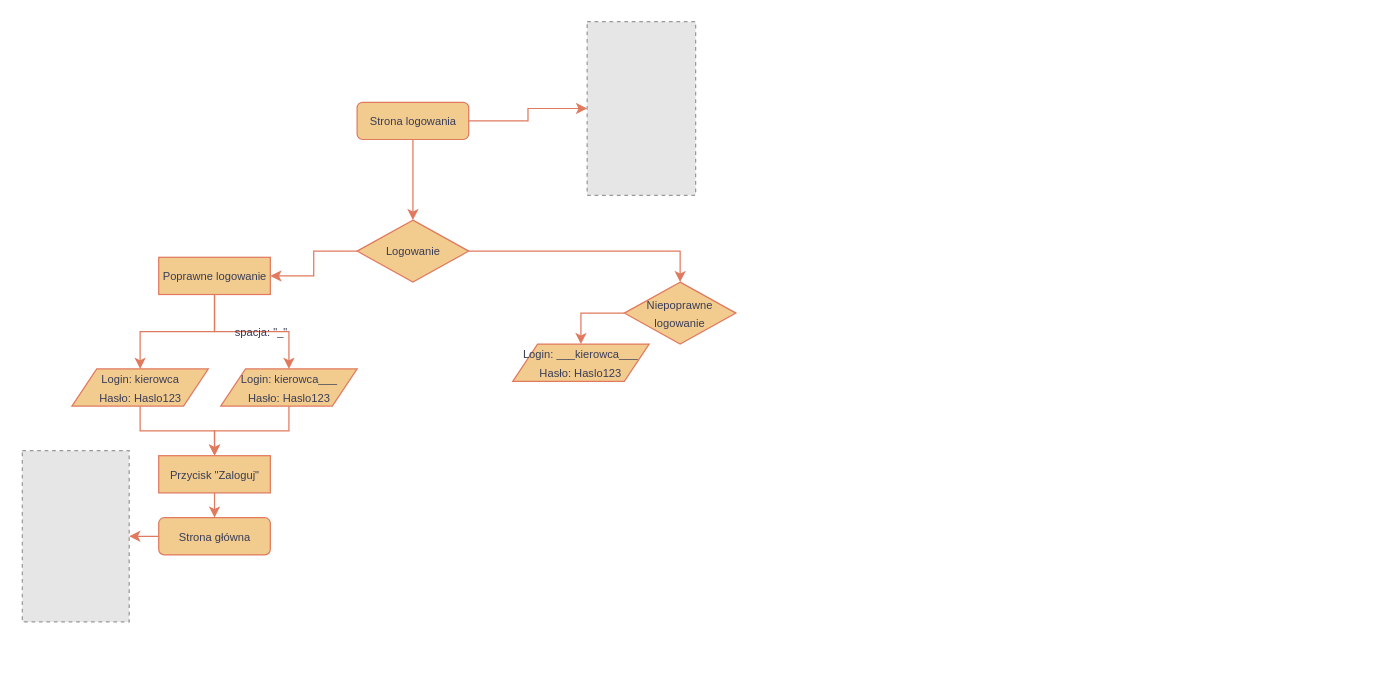
IvanykTaras/Decision_FlowChart_Asystent_Enterprise keeps this draw.io diagram as Strona Logowania.drawio. Above is the earlier version. Source tidied: cells renumbered, new cells numbered last; positions are measured from the earlier drawing's top-left corner, leaving out a move shared by most shapes. Both pictures are drawn from the tidied source at 124%, with x=0, y=0 at pixel (21, 21). Pictures stored in the file or linked from it are replaced by grey dashed boxes.
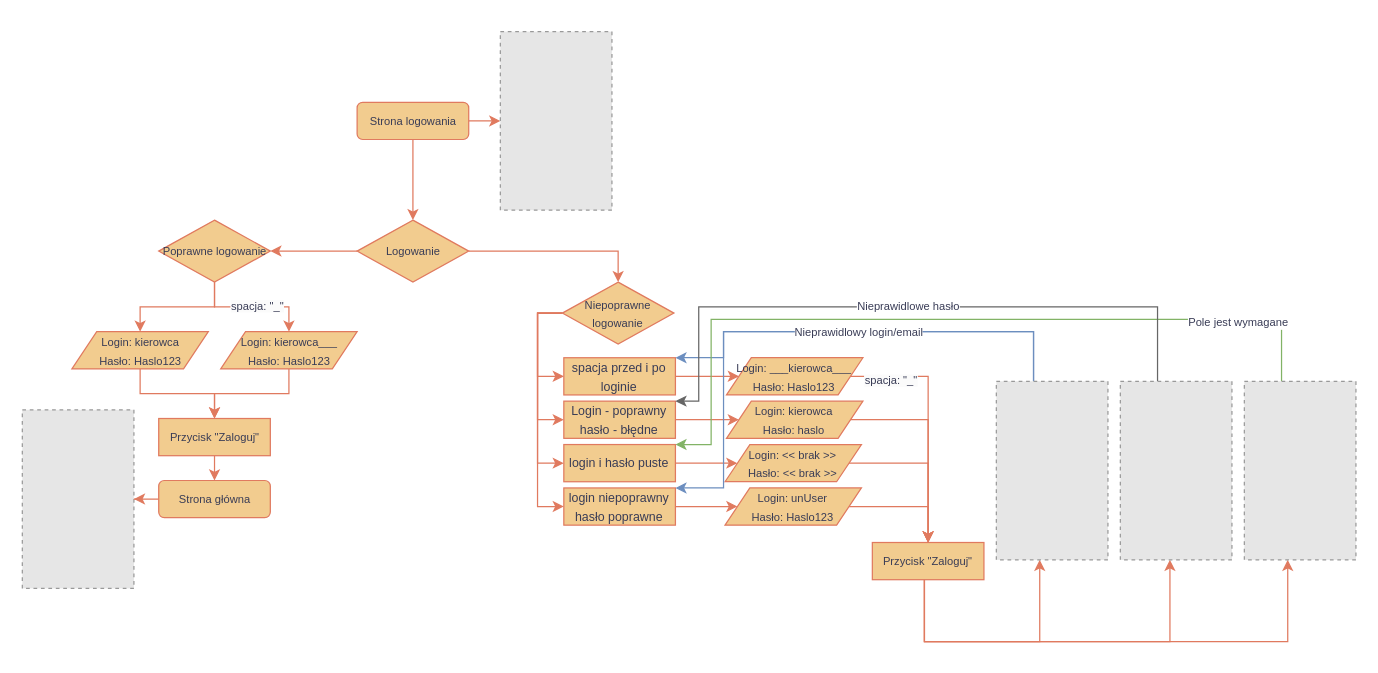
Above is the later version.

Commit message:
Niepoprawne logowanie zrobione

What changed in the source:
```diff
@@
     <mxCell id="4" style="fillColor=#E6E6E6;strokeColor=#999999;dashed=1;verticalLabelPosition=bottom;verticalAlign=top;labelBackgroundColor=none;fontColor=#393C56;" parent="1" vertex="1">
-      <mxGeometry x="456" width="87.5" height="140" as="geometry" />
+      <mxGeometry x="386" y="8" width="90" height="144" as="geometry" />
     </mxCell>
@@
     <mxCell id="7" style="fillColor=#E6E6E6;strokeColor=#999999;dashed=1;verticalLabelPosition=bottom;verticalAlign=top;labelBackgroundColor=none;fontColor=#393C56;" parent="1" vertex="1">
-      <mxGeometry x="0.5" y="346" width="86.2" height="138" as="geometry" />
+      <mxGeometry x="0.5" y="313" width="90" height="144" as="geometry" />
     </mxCell>
@@
     <mxCell id="9" value="&lt;font style=&quot;font-size: 9px;&quot;&gt;Login: kierowca&lt;/font&gt;&lt;div&gt;&lt;font style=&quot;font-size: 9px;&quot;&gt;Hasło: Haslo123&lt;/font&gt;&lt;/div&gt;" style="shape=parallelogram;perimeter=parallelogramPerimeter;whiteSpace=wrap;html=1;fixedSize=1;labelBackgroundColor=none;fillColor=#F2CC8F;strokeColor=#E07A5F;fontColor=#393C56;" parent="1" vertex="1">
-      <mxGeometry x="40.5" y="280" width="110" height="30" as="geometry" />
+      <mxGeometry x="40.5" y="250" width="110" height="30" as="geometry" />
     </mxCell>
@@
     <mxCell id="12" value="&lt;span style=&quot;font-size: 9px;&quot;&gt;Strona główna&lt;/span&gt;" style="rounded=1;whiteSpace=wrap;html=1;labelBackgroundColor=none;fillColor=#F2CC8F;strokeColor=#E07A5F;fontColor=#393C56;" parent="1" vertex="1">
-      <mxGeometry x="110.5" y="400" width="90" height="30" as="geometry" />
+      <mxGeometry x="110.5" y="370" width="90" height="30" as="geometry" />
     </mxCell>
-    <mxCell id="13" style="edgeStyle=orthogonalEdgeStyle;rounded=0;jettySize=auto;html=1;labelBackgroundColor=none;strokeColor=#E07A5F;fontColor=default;" parent="1" edge="1" source="16" target="9">
+    <mxCell id="13" style="edgeStyle=orthogonalEdgeStyle;rounded=0;jettySize=auto;html=1;labelBackgroundColor=none;strokeColor=#E07A5F;fontColor=default;exitX=0.5;exitY=1;exitDx=0;exitDy=0;" parent="1" edge="1" source="16" target="9">
       <mxGeometry relative="1" as="geometry" />
     </mxCell>
-    <mxCell id="14" style="edgeStyle=orthogonalEdgeStyle;rounded=0;jettySize=auto;html=1;labelBackgroundColor=none;strokeColor=#E07A5F;fontColor=default;" parent="1" edge="1" source="16" target="20">
+    <mxCell id="14" style="edgeStyle=orthogonalEdgeStyle;rounded=0;jettySize=auto;html=1;labelBackgroundColor=none;strokeColor=#E07A5F;fontColor=default;exitX=0.5;exitY=1;exitDx=0;exitDy=0;" parent="1" edge="1" source="16" target="20">
       <mxGeometry relative="1" as="geometry" />
     </mxCell>
-    <mxCell id="15" value="&lt;font style=&quot;font-size: 9px;&quot;&gt;spacja: &quot;_&quot;&lt;/font&gt;" style="edgeLabel;html=1;align=center;verticalAlign=middle;labelBackgroundColor=none;fontColor=#393C56;" parent="14" vertex="1">
-      <mxGeometry x="0.12" y="1" relative="1" as="geometry" />
-    </mxCell>
-    <mxCell id="16" value="&lt;font style=&quot;font-size: 9px;&quot;&gt;Poprawne logowanie&lt;/font&gt;" style="rounded=0;whiteSpace=wrap;html=1;labelBackgroundColor=none;fillColor=#F2CC8F;strokeColor=#E07A5F;fontColor=#393C56;" parent="1" vertex="1">
-      <mxGeometry x="110.5" y="190" width="90" height="30" as="geometry" />
-    </mxCell>
+    <mxCell id="25" value="&lt;span style=&quot;font-size: 9px; background-color: rgb(251, 251, 251);&quot;&gt;spacja: &quot;_&quot;&lt;/span&gt;" style="edgeLabel;html=1;align=center;verticalAlign=middle;strokeColor=#E07A5F;fontColor=#393C56;fillColor=#F2CC8F;" parent="14" vertex="1">
+      <mxGeometry x="0.08" y="2" relative="1" as="geometry" />
+    </mxCell>
@@
-    <mxCell id="18" style="edgeStyle=orthogonalEdgeStyle;rounded=0;jettySize=auto;html=1;exitX=0;exitY=0.5;exitDx=0;exitDy=0;entryX=0.5;entryY=0;entryDx=0;entryDy=0;strokeColor=#E07A5F;fontColor=#393C56;fillColor=#F2CC8F;" parent="1" edge="1" source="19" target="24">
-      <mxGeometry relative="1" as="geometry" />
-    </mxCell>
+    <mxCell id="26" style="edgeStyle=orthogonalEdgeStyle;rounded=0;jettySize=auto;html=1;exitX=0;exitY=0.5;exitDx=0;exitDy=0;entryX=0;entryY=0.5;entryDx=0;entryDy=0;strokeColor=#E07A5F;fontColor=#393C56;fillColor=#F2CC8F;" parent="1" edge="1" source="19" target="39">
+      <mxGeometry relative="1" as="geometry" />
+    </mxCell>
+    <mxCell id="27" style="edgeStyle=orthogonalEdgeStyle;rounded=0;jettySize=auto;html=1;exitX=0;exitY=0.5;exitDx=0;exitDy=0;entryX=0;entryY=0.5;entryDx=0;entryDy=0;strokeColor=#E07A5F;fontColor=#393C56;fillColor=#F2CC8F;" parent="1" edge="1" source="19" target="41">
+      <mxGeometry relative="1" as="geometry" />
+    </mxCell>
+    <mxCell id="28" style="edgeStyle=orthogonalEdgeStyle;rounded=0;jettySize=auto;html=1;exitX=0;exitY=0.5;exitDx=0;exitDy=0;entryX=0;entryY=0.5;entryDx=0;entryDy=0;strokeColor=#E07A5F;fontColor=#393C56;fillColor=#F2CC8F;" parent="1" edge="1" source="19" target="43">
+      <mxGeometry relative="1" as="geometry" />
+    </mxCell>
+    <mxCell id="29" style="edgeStyle=orthogonalEdgeStyle;rounded=0;jettySize=auto;html=1;exitX=0;exitY=0.5;exitDx=0;exitDy=0;entryX=0;entryY=0.5;entryDx=0;entryDy=0;strokeColor=#E07A5F;fontColor=#393C56;fillColor=#F2CC8F;" parent="1" edge="1" source="19" target="45">
+      <mxGeometry relative="1" as="geometry" />
+    </mxCell>
     <mxCell id="19" value="&lt;span style=&quot;font-size: 9px; text-wrap: nowrap;&quot;&gt;Niepoprawne&lt;/span&gt;&lt;br style=&quot;font-size: 9px; text-wrap: nowrap;&quot;&gt;&lt;span style=&quot;font-size: 9px; text-wrap: nowrap;&quot;&gt;logowanie&lt;/span&gt;" style="rhombus;whiteSpace=wrap;html=1;rounded=0;labelBackgroundColor=none;fillColor=#F2CC8F;strokeColor=#E07A5F;fontColor=#393C56;" parent="1" vertex="1">
-      <mxGeometry x="486" y="210" width="90" height="50" as="geometry" />
+      <mxGeometry x="436" y="210" width="90" height="50" as="geometry" />
     </mxCell>
     <mxCell id="20" value="&lt;font style=&quot;font-size: 9px;&quot;&gt;Login: kierowca___&lt;/font&gt;&lt;div&gt;&lt;font style=&quot;font-size: 9px;&quot;&gt;Hasło: Haslo123&lt;/font&gt;&lt;/div&gt;" style="shape=parallelogram;perimeter=parallelogramPerimeter;whiteSpace=wrap;html=1;fixedSize=1;labelBackgroundColor=none;fillColor=#F2CC8F;strokeColor=#E07A5F;fontColor=#393C56;" parent="1" vertex="1">
-      <mxGeometry x="160.5" y="280" width="110" height="30" as="geometry" />
+      <mxGeometry x="160.5" y="250" width="110" height="30" as="geometry" />
     </mxCell>
@@
     <mxCell id="23" value="&lt;span style=&quot;font-size: 9px;&quot;&gt;Przycisk &quot;Zaloguj&quot;&lt;/span&gt;" style="rounded=0;whiteSpace=wrap;html=1;labelBackgroundColor=none;fillColor=#F2CC8F;strokeColor=#E07A5F;fontColor=#393C56;" parent="1" vertex="1">
-      <mxGeometry x="110.5" y="350" width="90" height="30" as="geometry" />
+      <mxGeometry x="110.5" y="320" width="90" height="30" as="geometry" />
     </mxCell>
+    <mxCell id="30" style="edgeStyle=orthogonalEdgeStyle;rounded=0;jettySize=auto;html=1;exitX=1;exitY=0.5;exitDx=0;exitDy=0;strokeColor=#E07A5F;fontColor=#393C56;fillColor=#F2CC8F;" parent="1" edge="1" source="24" target="49">
+      <mxGeometry relative="1" as="geometry" />
+    </mxCell>
+    <mxCell id="31" value="&lt;span style=&quot;font-size: 9px; background-color: rgb(251, 251, 251);&quot;&gt;spacja: &quot;_&quot;&lt;/span&gt;" style="edgeLabel;html=1;align=center;verticalAlign=middle;strokeColor=#E07A5F;fontColor=#393C56;fillColor=#F2CC8F;" parent="30" vertex="1">
+      <mxGeometry x="-0.67" y="-2" relative="1" as="geometry" />
+    </mxCell>
     <mxCell id="24" value="&lt;font style=&quot;font-size: 9px;&quot;&gt;Login: ___kierowca___&lt;/font&gt;&lt;div&gt;&lt;font style=&quot;font-size: 9px;&quot;&gt;Hasło: Haslo123&lt;/font&gt;&lt;/div&gt;" style="shape=parallelogram;perimeter=parallelogramPerimeter;whiteSpace=wrap;html=1;fixedSize=1;labelBackgroundColor=none;fillColor=#F2CC8F;strokeColor=#E07A5F;fontColor=#393C56;" parent="1" vertex="1">
-      <mxGeometry x="396" y="260" width="110" height="30" as="geometry" />
+      <mxGeometry x="568.4" y="271" width="110" height="30" as="geometry" />
     </mxCell>
+    <mxCell id="32" style="edgeStyle=orthogonalEdgeStyle;rounded=0;jettySize=auto;html=1;exitX=1;exitY=0.5;exitDx=0;exitDy=0;strokeColor=#E07A5F;fontColor=#393C56;fillColor=#F2CC8F;" parent="1" edge="1" source="33" target="49">
+      <mxGeometry relative="1" as="geometry" />
+    </mxCell>
+    <mxCell id="33" value="&lt;font style=&quot;font-size: 9px;&quot;&gt;Login: kierowca&lt;/font&gt;&lt;div&gt;&lt;font style=&quot;font-size: 9px;&quot;&gt;Hasło: haslo&lt;/font&gt;&lt;/div&gt;" style="shape=parallelogram;perimeter=parallelogramPerimeter;whiteSpace=wrap;html=1;fixedSize=1;labelBackgroundColor=none;fillColor=#F2CC8F;strokeColor=#E07A5F;fontColor=#393C56;" parent="1" vertex="1">
+      <mxGeometry x="568.4" y="306" width="110" height="30" as="geometry" />
+    </mxCell>
+    <mxCell id="34" style="edgeStyle=orthogonalEdgeStyle;rounded=0;jettySize=auto;html=1;exitX=1;exitY=0.5;exitDx=0;exitDy=0;strokeColor=#E07A5F;fontColor=#393C56;fillColor=#F2CC8F;" parent="1" edge="1" source="35" target="49">
+      <mxGeometry relative="1" as="geometry" />
+    </mxCell>
+    <mxCell id="35" value="&lt;font style=&quot;font-size: 9px;&quot;&gt;Login: unUser&lt;/font&gt;&lt;div&gt;&lt;font style=&quot;font-size: 9px;&quot;&gt;Hasło: Haslo123&lt;/font&gt;&lt;/div&gt;" style="shape=parallelogram;perimeter=parallelogramPerimeter;whiteSpace=wrap;html=1;fixedSize=1;labelBackgroundColor=none;fillColor=#F2CC8F;strokeColor=#E07A5F;fontColor=#393C56;" parent="1" vertex="1">
+      <mxGeometry x="567.2" y="376" width="110" height="30" as="geometry" />
+    </mxCell>
+    <mxCell id="36" style="edgeStyle=orthogonalEdgeStyle;rounded=0;jettySize=auto;html=1;exitX=1;exitY=0.5;exitDx=0;exitDy=0;strokeColor=#E07A5F;fontColor=#393C56;fillColor=#F2CC8F;" parent="1" edge="1" source="37" target="49">
+      <mxGeometry relative="1" as="geometry" />
+    </mxCell>
+    <mxCell id="37" value="&lt;font style=&quot;font-size: 9px;&quot;&gt;Login: &amp;lt;&amp;lt; brak &amp;gt;&amp;gt;&lt;/font&gt;&lt;div&gt;&lt;font style=&quot;font-size: 9px;&quot;&gt;Hasło: &amp;lt;&amp;lt; brak &amp;gt;&amp;gt;&lt;/font&gt;&lt;/div&gt;" style="shape=parallelogram;perimeter=parallelogramPerimeter;whiteSpace=wrap;html=1;fixedSize=1;labelBackgroundColor=none;fillColor=#F2CC8F;strokeColor=#E07A5F;fontColor=#393C56;" parent="1" vertex="1">
+      <mxGeometry x="567.2" y="341" width="110" height="30" as="geometry" />
+    </mxCell>
+    <mxCell id="38" style="edgeStyle=orthogonalEdgeStyle;rounded=0;jettySize=auto;html=1;entryX=0;entryY=0.5;entryDx=0;entryDy=0;strokeColor=#E07A5F;fontColor=#393C56;fillColor=#F2CC8F;" parent="1" edge="1" source="39" target="24">
+      <mxGeometry relative="1" as="geometry" />
+    </mxCell>
+    <mxCell id="39" value="&lt;font size=&quot;1&quot;&gt;spacja przed i po loginie&lt;/font&gt;" style="rounded=0;whiteSpace=wrap;html=1;labelBackgroundColor=none;fillColor=#F2CC8F;strokeColor=#E07A5F;fontColor=#393C56;" parent="1" vertex="1">
+      <mxGeometry x="437.2" y="271" width="90" height="30" as="geometry" />
+    </mxCell>
+    <mxCell id="40" style="edgeStyle=orthogonalEdgeStyle;rounded=0;jettySize=auto;html=1;entryX=0;entryY=0.5;entryDx=0;entryDy=0;strokeColor=#E07A5F;fontColor=#393C56;fillColor=#F2CC8F;" parent="1" edge="1" source="41" target="33">
+      <mxGeometry relative="1" as="geometry" />
+    </mxCell>
+    <mxCell id="41" value="&lt;font size=&quot;1&quot;&gt;Login - poprawny&lt;br&gt;hasło - błędne&lt;/font&gt;" style="rounded=0;whiteSpace=wrap;html=1;labelBackgroundColor=none;fillColor=#F2CC8F;strokeColor=#E07A5F;fontColor=#393C56;" parent="1" vertex="1">
+      <mxGeometry x="437.2" y="306" width="90" height="30" as="geometry" />
+    </mxCell>
+    <mxCell id="42" style="edgeStyle=orthogonalEdgeStyle;rounded=0;jettySize=auto;html=1;exitX=1;exitY=0.5;exitDx=0;exitDy=0;entryX=0;entryY=0.5;entryDx=0;entryDy=0;strokeColor=#E07A5F;fontColor=#393C56;fillColor=#F2CC8F;" parent="1" edge="1" source="43" target="37">
+      <mxGeometry relative="1" as="geometry" />
+    </mxCell>
+    <mxCell id="43" value="&lt;font size=&quot;1&quot;&gt;login i hasło puste&lt;/font&gt;" style="rounded=0;whiteSpace=wrap;html=1;labelBackgroundColor=none;fillColor=#F2CC8F;strokeColor=#E07A5F;fontColor=#393C56;" parent="1" vertex="1">
+      <mxGeometry x="437.2" y="341" width="90" height="30" as="geometry" />
+    </mxCell>
+    <mxCell id="44" style="edgeStyle=orthogonalEdgeStyle;rounded=0;jettySize=auto;html=1;entryX=0;entryY=0.5;entryDx=0;entryDy=0;strokeColor=#E07A5F;fontColor=#393C56;fillColor=#F2CC8F;" parent="1" edge="1" source="45" target="35">
+      <mxGeometry relative="1" as="geometry" />
+    </mxCell>
+    <mxCell id="45" value="&lt;font size=&quot;1&quot;&gt;login niepoprawny&lt;/font&gt;&lt;div&gt;&lt;font size=&quot;1&quot;&gt;hasło poprawne&lt;/font&gt;&lt;/div&gt;" style="rounded=0;whiteSpace=wrap;html=1;labelBackgroundColor=none;fillColor=#F2CC8F;strokeColor=#E07A5F;fontColor=#393C56;" parent="1" vertex="1">
+      <mxGeometry x="437.2" y="376" width="90" height="30" as="geometry" />
+    </mxCell>
+    <mxCell id="46" style="edgeStyle=orthogonalEdgeStyle;rounded=0;jettySize=auto;html=1;strokeColor=#E07A5F;fontColor=#393C56;fillColor=#F2CC8F;" parent="1" edge="1" source="49" target="53">
+      <mxGeometry relative="1" as="geometry">
+        <Array as="points">
+          <mxPoint x="728" y="500" />
+          <mxPoint x="821" y="500" />
+        </Array>
+      </mxGeometry>
+    </mxCell>
+    <mxCell id="47" style="edgeStyle=orthogonalEdgeStyle;rounded=0;jettySize=auto;html=1;strokeColor=#E07A5F;fontColor=#393C56;fillColor=#F2CC8F;" parent="1" edge="1" source="49" target="59">
+      <mxGeometry relative="1" as="geometry">
+        <Array as="points">
+          <mxPoint x="728" y="500" />
+          <mxPoint x="926" y="500" />
+        </Array>
+      </mxGeometry>
+    </mxCell>
+    <mxCell id="48" style="edgeStyle=orthogonalEdgeStyle;rounded=0;jettySize=auto;html=1;strokeColor=#E07A5F;fontColor=#393C56;fillColor=#F2CC8F;" parent="1" edge="1" source="49" target="56">
+      <mxGeometry relative="1" as="geometry">
+        <Array as="points">
+          <mxPoint x="728" y="500" />
+          <mxPoint x="1021" y="500" />
+        </Array>
+      </mxGeometry>
+    </mxCell>
+    <mxCell id="49" value="&lt;span style=&quot;font-size: 9px;&quot;&gt;Przycisk &quot;Zaloguj&quot;&lt;/span&gt;" style="rounded=0;whiteSpace=wrap;html=1;labelBackgroundColor=none;fillColor=#F2CC8F;strokeColor=#E07A5F;fontColor=#393C56;" parent="1" vertex="1">
+      <mxGeometry x="686" y="420" width="90" height="30" as="geometry" />
+    </mxCell>
+    <mxCell id="16" value="&lt;span style=&quot;font-size: 9px;&quot;&gt;Poprawne logowanie&lt;/span&gt;" style="rhombus;whiteSpace=wrap;html=1;rounded=0;labelBackgroundColor=none;fillColor=#F2CC8F;strokeColor=#E07A5F;fontColor=#393C56;" parent="1" vertex="1">
+      <mxGeometry x="110.5" y="160" width="90" height="50" as="geometry" />
+    </mxCell>
+    <mxCell id="50" style="edgeStyle=orthogonalEdgeStyle;rounded=0;jettySize=auto;html=1;entryX=1;entryY=0;entryDx=0;entryDy=0;strokeColor=#6c8ebf;fontColor=#393C56;fillColor=#dae8fc;" parent="1" edge="1" source="53" target="39">
+      <mxGeometry relative="1" as="geometry">
+        <Array as="points">
+          <mxPoint x="816" y="250" />
+          <mxPoint x="566" y="250" />
+          <mxPoint x="566" y="271" />
+        </Array>
+      </mxGeometry>
+    </mxCell>
+    <mxCell id="51" style="edgeStyle=orthogonalEdgeStyle;rounded=0;jettySize=auto;html=1;entryX=1;entryY=0;entryDx=0;entryDy=0;strokeColor=#6c8ebf;fontColor=#393C56;fillColor=#dae8fc;" parent="1" edge="1" source="53" target="45">
+      <mxGeometry relative="1" as="geometry">
+        <Array as="points">
+          <mxPoint x="816" y="250" />
+          <mxPoint x="566" y="250" />
+          <mxPoint x="566" y="376" />
+        </Array>
+      </mxGeometry>
+    </mxCell>
+    <mxCell id="52" value="&lt;font style=&quot;font-size: 9px;&quot;&gt;Nieprawidlowy login/email&lt;/font&gt;" style="edgeLabel;html=1;align=center;verticalAlign=middle;strokeColor=#E07A5F;fontColor=#393C56;fillColor=#F2CC8F;" parent="51" vertex="1">
+      <mxGeometry x="-0.2" y="-1" relative="1" as="geometry" />
+    </mxCell>
+    <mxCell id="53" style="fillColor=#E6E6E6;strokeColor=#999999;dashed=1;verticalLabelPosition=bottom;labelBackgroundColor=default;verticalAlign=top;" parent="1" vertex="1">
+      <mxGeometry x="786" y="290" width="90" height="144" as="geometry" />
+    </mxCell>
+    <mxCell id="54" style="edgeStyle=orthogonalEdgeStyle;rounded=0;jettySize=auto;html=1;entryX=1;entryY=0;entryDx=0;entryDy=0;strokeColor=#82b366;fontColor=#393C56;fillColor=#d5e8d4;" parent="1" edge="1" source="56" target="43">
+      <mxGeometry relative="1" as="geometry">
+        <Array as="points">
+          <mxPoint x="1016" y="240" />
+          <mxPoint x="556" y="240" />
+          <mxPoint x="556" y="341" />
+        </Array>
+      </mxGeometry>
+    </mxCell>
+    <mxCell id="55" value="&lt;font style=&quot;font-size: 9px;&quot;&gt;Pole jest wymagane&lt;/font&gt;" style="edgeLabel;html=1;align=center;verticalAlign=middle;strokeColor=#E07A5F;fontColor=#393C56;fillColor=#F2CC8F;" parent="54" vertex="1">
+      <mxGeometry x="-0.67" y="1" relative="1" as="geometry">
+        <mxPoint x="20" as="offset" />
+      </mxGeometry>
+    </mxCell>
+    <mxCell id="56" style="fillColor=#E6E6E6;strokeColor=#999999;dashed=1;verticalLabelPosition=bottom;labelBackgroundColor=default;verticalAlign=top;" parent="1" vertex="1">
+      <mxGeometry x="986" y="290" width="90" height="144" as="geometry" />
+    </mxCell>
+    <mxCell id="57" style="edgeStyle=orthogonalEdgeStyle;rounded=0;jettySize=auto;html=1;entryX=1;entryY=0;entryDx=0;entryDy=0;strokeColor=#666666;fontColor=#393C56;fillColor=#f5f5f5;" parent="1" edge="1" source="59" target="41">
+      <mxGeometry relative="1" as="geometry">
+        <Array as="points">
+          <mxPoint x="916" y="230" />
+          <mxPoint x="546" y="230" />
+          <mxPoint x="546" y="306" />
+        </Array>
+      </mxGeometry>
+    </mxCell>
+    <mxCell id="58" value="&lt;font style=&quot;font-size: 9px;&quot;&gt;Nieprawidlowe hasło&lt;/font&gt;" style="edgeLabel;html=1;align=center;verticalAlign=middle;strokeColor=#E07A5F;fontColor=#393C56;fillColor=#F2CC8F;" parent="57" vertex="1">
+      <mxGeometry y="-2" relative="1" as="geometry" />
+    </mxCell>
+    <mxCell id="59" style="fillColor=#E6E6E6;strokeColor=#999999;dashed=1;verticalLabelPosition=bottom;labelBackgroundColor=default;verticalAlign=top;" parent="1" vertex="1">
+      <mxGeometry x="886" y="290" width="90" height="144" as="geometry" />
+    </mxCell>
```
